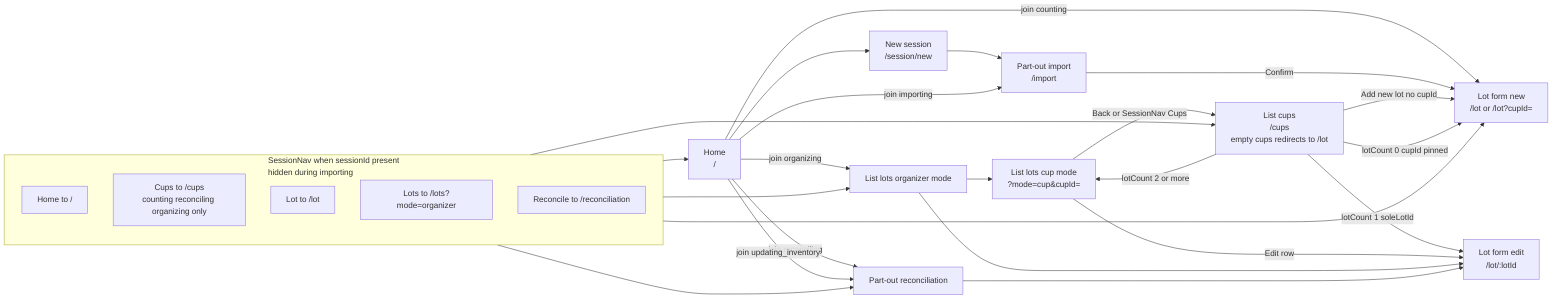
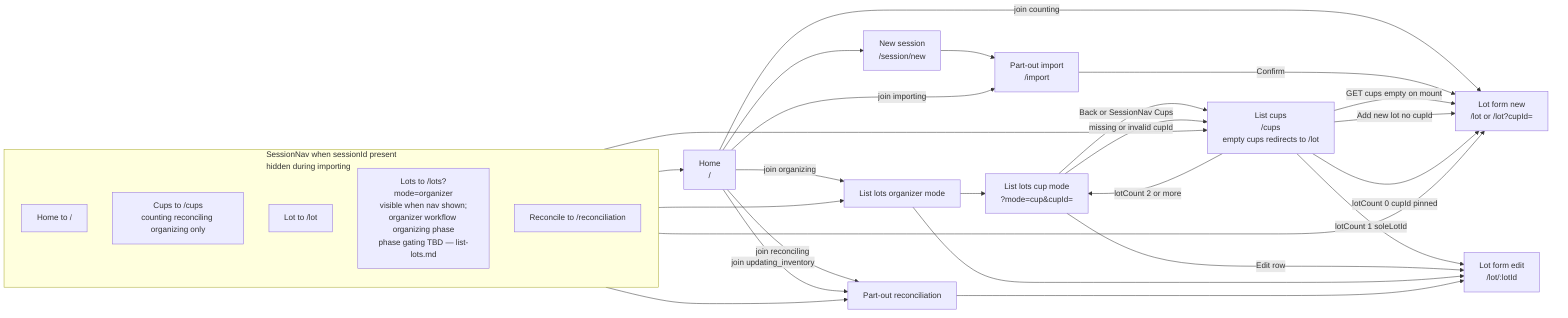
%% View navigation and post-join routing
- %% Sources: docs/view-specs/README.md, home.md, list-cups.md
+ %% Sources: docs/view-specs/README.md, home.md, list-cups.md, list-lots.md, lot-form.md
%% Cup tap detail: cup-tap-routing.mmd
+ %% Post-review (2026-06-12): PRs #7–#9 spec–diagram alignment

flowchart LR
    HOME["Home<br>/"]

    subgraph sessionNav["SessionNav when sessionId present<br>hidden during importing"]
        direction TB
        NAV_HOME["Home to /"]
        NAV_CUPS["Cups to /cups<br>counting reconciling organizing only"]
        NAV_LOT["Lot to /lot"]
-         NAV_LOTS["Lots to /lots?mode=organizer"]
+         NAV_LOTS["Lots to /lots?mode=organizer<br>visible when nav shown;<br>organizer workflow organizing phase<br>phase gating TBD — list-lots.md"]
        NAV_RECON["Reconcile to /reconciliation"]
    end

    NEW["New session<br>/session/new"]
    IMPORT["Part-out import<br>/import"]
    LOT_NEW["Lot form new<br>/lot or /lot?cupId="]
    LOT_EDIT["Lot form edit<br>/lot/:lotId"]
    CUPS["List cups<br>/cups<br>empty cups redirects to /lot"]
    LOTS_CUP["List lots cup mode<br>?mode=cup&cupId="]
    LOTS_ORG["List lots organizer mode"]
    RECON["Part-out reconciliation"]

    HOME --> NEW
    NEW --> IMPORT

    HOME -->|"join importing"| IMPORT
    HOME -->|"join counting"| LOT_NEW
    HOME -->|"join reconciling"| RECON
    HOME -->|"join organizing"| LOTS_ORG
    HOME -->|"join updating_inventory"| RECON

    IMPORT -->|"Confirm"| LOT_NEW

    NAV_HOME --> HOME
    NAV_CUPS --> CUPS
    NAV_LOT --> LOT_NEW
    NAV_LOTS --> LOTS_ORG
    NAV_RECON --> RECON

+     CUPS -->|"GET cups empty on mount"| LOT_NEW
    CUPS -->|"Add new lot no cupId"| LOT_NEW
    CUPS -->|"lotCount 0 cupId pinned"| LOT_NEW
    CUPS -->|"lotCount 1 soleLotId"| LOT_EDIT
    CUPS -->|"lotCount 2 or more"| LOTS_CUP
    LOTS_CUP -->|"Edit row"| LOT_EDIT
    LOTS_CUP -->|"Back or SessionNav Cups"| CUPS
+     LOTS_CUP -->|"missing or invalid cupId"| CUPS
    LOTS_ORG --> LOT_EDIT
    LOTS_ORG --> LOTS_CUP
    RECON --> LOT_EDIT
